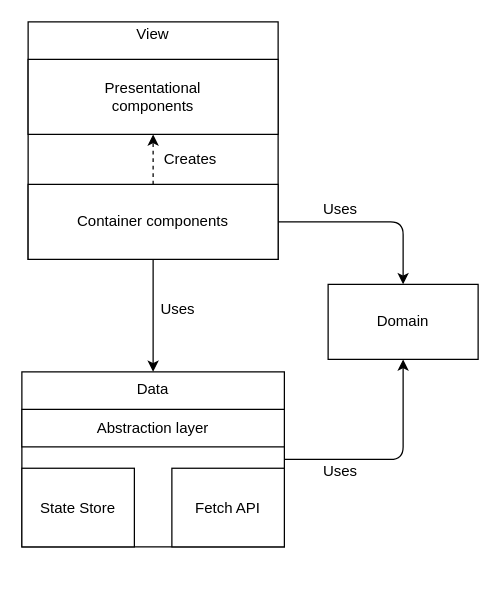
inmanta/web-console keeps this draw.io diagram as docs/design/img/frontend-blocks.drawio. Above is the earlier version. Source tidied: cells renumbered, new cells numbered last; positions are measured from the earlier drawing's top-left corner, leaving out a move shared by most shapes. Both pictures are drawn from the tidied source at 125%, with x=0, y=0 at pixel (21, 21).
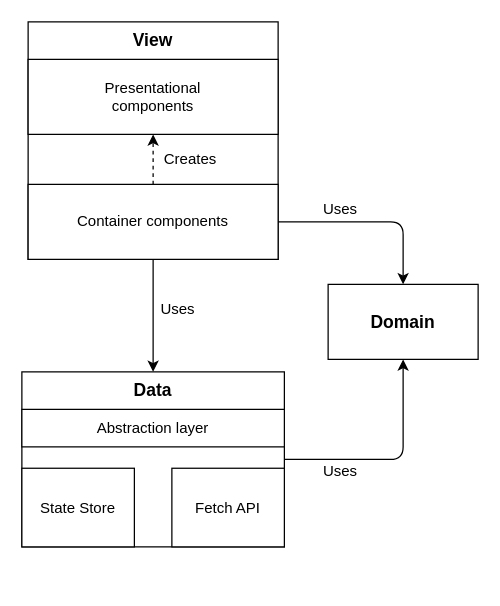
The same diagram, later.

Commit message (it also covers changes not shown here):
Improve frontend-blocks image

Unchanged cells that the change refers to:
```xml
<mxCell id="9" style="group;" parent="1" vertex="1">
  <mxGeometry y="280" width="210" height="170" as="geometry" />
</mxCell>
```

The edit, as a diff of the source:
```diff
@@
-    <mxCell id="5" value="Domain" style="rounded=0;whiteSpace=wrap;html=1;" parent="1" vertex="1">
+    <mxCell id="5" value="&lt;b&gt;&lt;font style=&quot;font-size: 14px&quot;&gt;Domain&lt;/font&gt;&lt;/b&gt;" style="rounded=0;whiteSpace=wrap;html=1;" parent="1" vertex="1">
       <mxGeometry x="245" y="210" width="120" height="60" as="geometry" />
     </mxCell>
@@
-    <mxCell id="10" value="Data" style="rounded=0;whiteSpace=wrap;html=1;verticalAlign=top;" parent="9" vertex="1">
+    <mxCell id="10" value="&lt;b&gt;&lt;font style=&quot;font-size: 14px&quot;&gt;Data&lt;/font&gt;&lt;/b&gt;" style="rounded=0;whiteSpace=wrap;html=1;verticalAlign=top;" parent="9" vertex="1">
       <mxGeometry width="210" height="140" as="geometry" />
     </mxCell>
@@
-    <mxCell id="19" value="View" style="text;html=1;strokeColor=none;fillColor=none;align=center;verticalAlign=middle;whiteSpace=wrap;rounded=0;" parent="1" vertex="1">
-      <mxGeometry x="85" width="40" height="20" as="geometry" />
+    <mxCell id="19" value="&lt;b&gt;&lt;font style=&quot;font-size: 14px&quot;&gt;View&lt;/font&gt;&lt;/b&gt;" style="text;html=1;strokeColor=none;fillColor=none;align=center;verticalAlign=middle;whiteSpace=wrap;rounded=0;" parent="1" vertex="1">
+      <mxGeometry x="85" y="5" width="40" height="20" as="geometry" />
     </mxCell>
```
